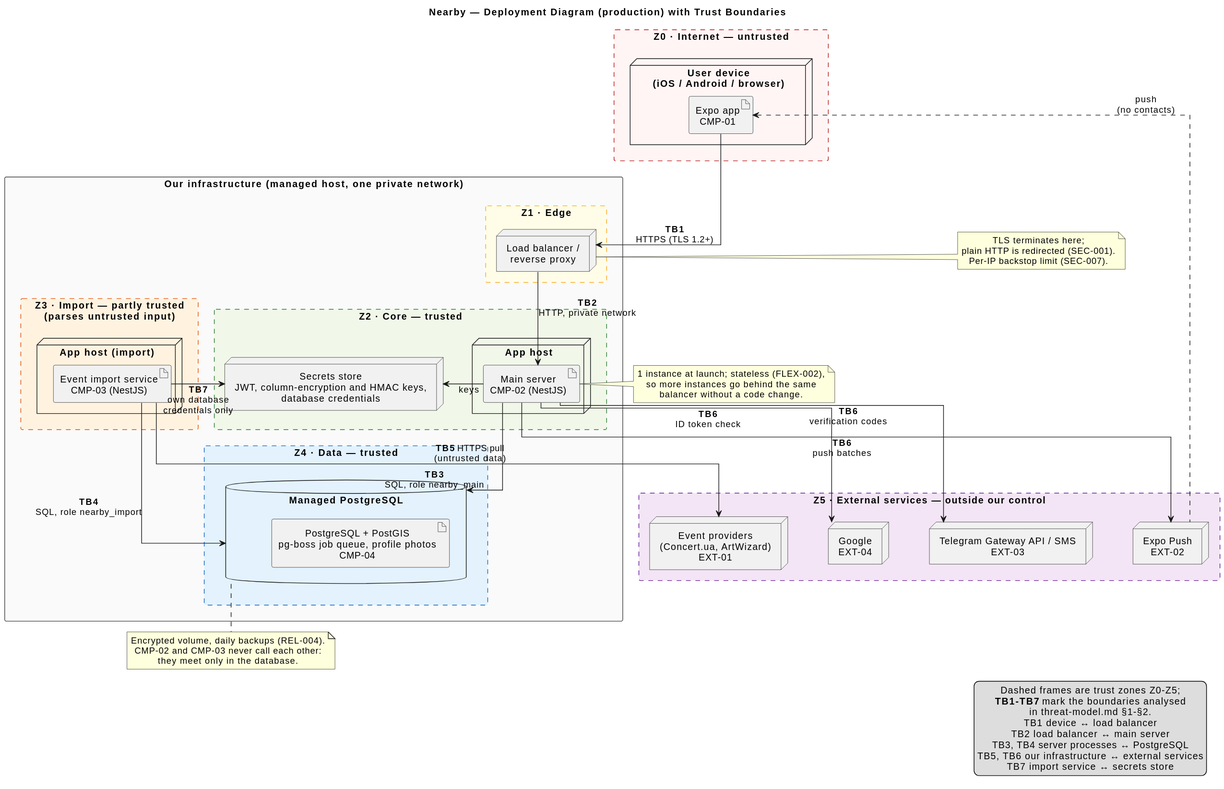
This is docs/architecture/uml/rendered/deployment-diagram.svg from ukma-fin-ssdm-2026/pun-intended-team, a PlantUML export, as it was before one commit.
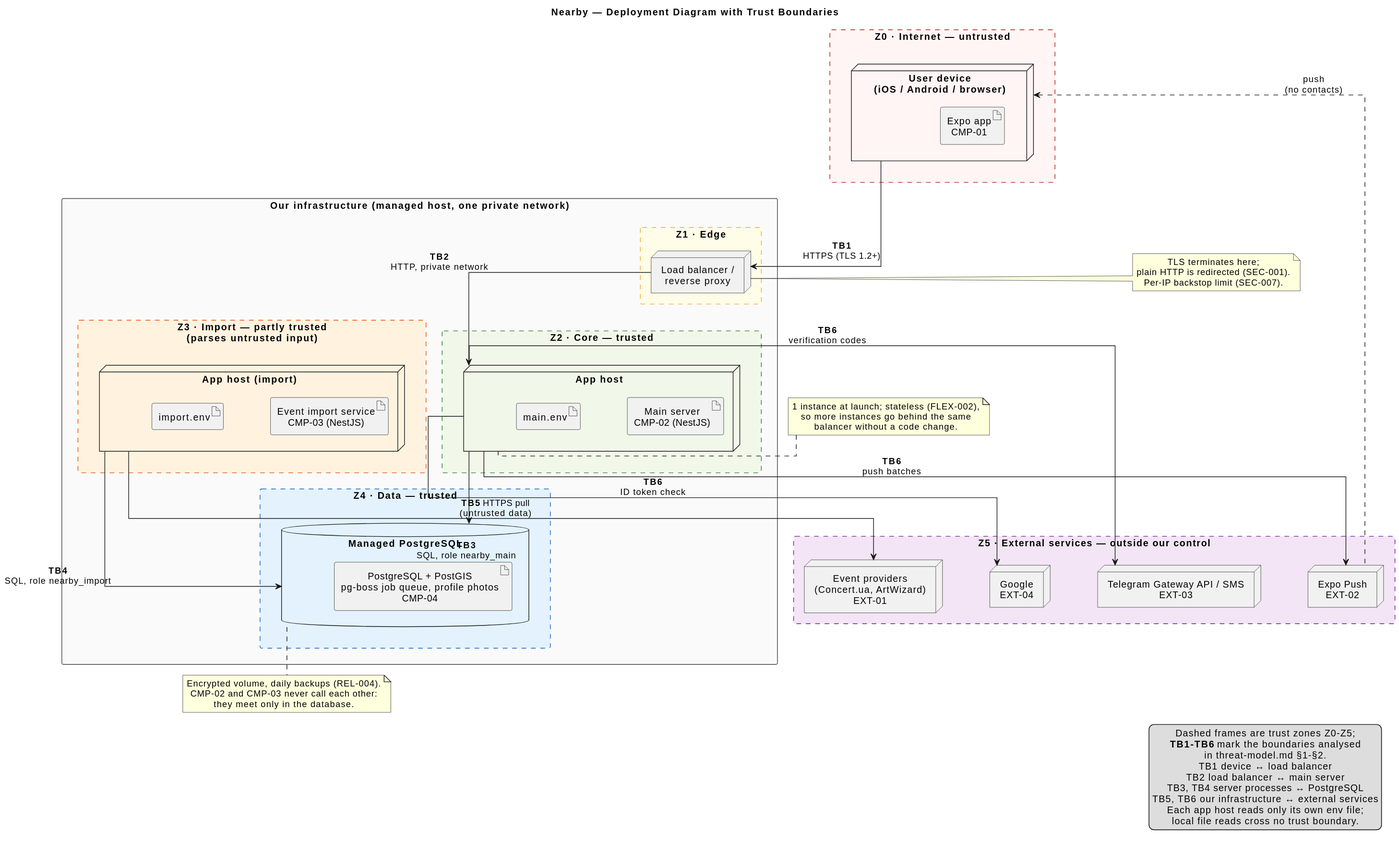
Later version of the same file.

Commit message:
(#81) Change "secret store" in deployment and threads

In deployment also change connections from artifacts to nodes

The edit, as a diff of the source:
```diff
@@ -1,11 +1,11 @@
 @startuml
-title Nearby — Deployment Diagram (production) with Trust Boundaries
+title Nearby — Deployment Diagram with Trust Boundaries
 
 skinparam shadowing false
 skinparam defaultTextAlignment center
 skinparam linetype ortho
-skinparam nodesep 60
-skinparam ranksep 70
+skinparam nodesep 70
+skinparam ranksep 80
 
 rectangle "Z0 · Internet — untrusted" as Z0 #FFF5F5;line:B71C1C;line.dashed {
   node "User device\n(iOS / Android / browser)" as dev {
@@ -22,13 +22,14 @@
   rectangle "Z2 · Core — trusted" as Z2 #F1F8E9;line:2E7D32;line.dashed {
     node "App host" as host_main {
       artifact "Main server\nCMP-02 (NestJS)" as main
+      artifact "main.env" as env_main
     }
-    node "Secrets store\nJWT, column-encryption and HMAC keys,\ndatabase credentials" as secrets
   }
 
   rectangle "Z3 · Import — partly trusted\n(parses untrusted input)" as Z3 #FFF3E0;line:E65100;line.dashed {
     node "App host (import)" as host_import {
       artifact "Event import service\nCMP-03 (NestJS)" as imp
+      artifact "import.env" as env_import
     }
   }
 
@@ -37,8 +38,6 @@
       artifact "PostgreSQL + PostGIS\npg-boss job queue, profile photos\nCMP-04" as pg
     }
   }
-
-
 }
 
 rectangle "Z5 · External services — outside our control" as Z5 #F3E5F5;line:6A1B9A;line.dashed {
@@ -48,17 +47,15 @@
   node "Event providers\n(Concert.ua, ArtWizard)\nEXT-01" as providers
 }
 
-app -down-> lb : **TB1**\nHTTPS (TLS 1.2+)
-lb -down-> main : **TB2**\nHTTP, private network
-main -right-> secrets : keys
-imp -left-> secrets : **TB7**\nown database\ncredentials only
-main -down-> db : **TB3**\nSQL, role nearby_main
-imp -down-> db : **TB4**\nSQL, role nearby_import
-main -down-> google : **TB6**\nID token check
-main -down-> tg : **TB6**\nverification codes
-main -down-> push : **TB6**\npush batches
-imp -down-> providers : **TB5** HTTPS pull\n(untrusted data)
-push .up.> app : push\n(no contacts)
+dev -down-> lb : **TB1**\nHTTPS (TLS 1.2+)
+lb -down-> host_main : **TB2**\nHTTP, private network
+host_main -down-> db : **TB3**\nSQL, role nearby_main
+host_import -down-> db : **TB4**\nSQL, role nearby_import
+host_main -down-> google : **TB6**\nID token check
+host_main -down-> tg : **TB6**\nverification codes
+host_main -down-> push : **TB6**\npush batches
+host_import -down-> providers : **TB5** HTTPS pull\n(untrusted data)
+push .up.> dev : push\n(no contacts)
 
 google -[hidden]right- tg
 tg -[hidden]right- push
@@ -70,7 +67,7 @@
   Per-IP backstop limit (SEC-007).
 end note
 
-note left of main
+note left of host_main
   1 instance at launch; stateless (FLEX-002),
   so more instances go behind the same
   balancer without a code change.
@@ -84,12 +81,13 @@
 
 legend right
   Dashed frames are trust zones Z0-Z5;
-  **TB1-TB7** mark the boundaries analysed
+  **TB1-TB6** mark the boundaries analysed
   in threat-model.md §1-§2.
   TB1  device ↔ load balancer
   TB2  load balancer ↔ main server
   TB3, TB4  server processes ↔ PostgreSQL
   TB5, TB6  our infrastructure ↔ external services
-  TB7  import service ↔ secrets store
+  Each app host reads only its own env file;
+  local file reads cross no trust boundary.
 endlegend
 @enduml
```
